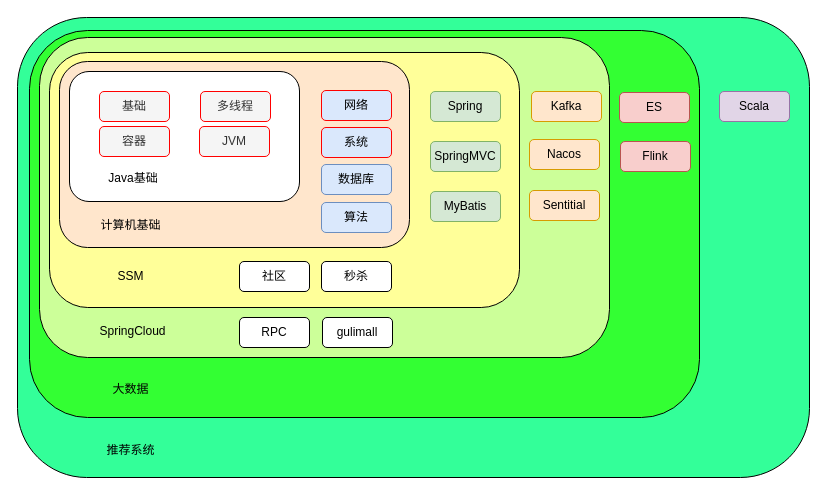
The draw.io diagram 后端工程师知识体系.drawio in HonyoLAN/telmy, before the edit. Source tidied: cells renumbered, new cells numbered last; positions are measured from the earlier drawing's top-left corner, leaving out a move shared by most shapes. Both pictures are drawn from the tidied source at 100%, with x=0, y=0 at pixel (17, 17).
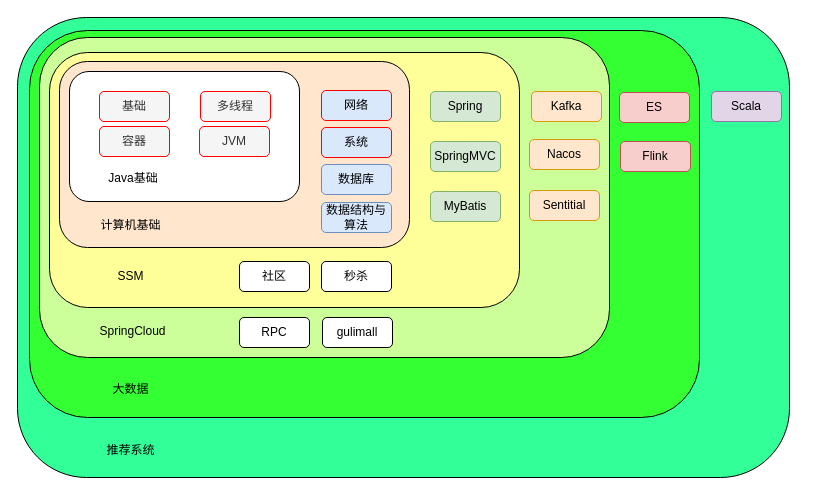
The same page after the edit.

Commit message (it also covers changes not shown here):
Update 后端工程师知识体系.drawio

The edit, as a diff of the source:
```diff
@@
     <mxCell id="2" style="rounded=1;whiteSpace=wrap;html=1;fillColor=#33FF99;" parent="1" vertex="1">
-      <mxGeometry width="792" height="460" as="geometry" />
+      <mxGeometry width="772" height="460" as="geometry" />
     </mxCell>
@@
-    <mxCell id="30" value="算法" style="rounded=1;whiteSpace=wrap;html=1;fillColor=#dae8fc;strokeColor=#6c8ebf;" parent="1" vertex="1">
+    <mxCell id="30" value="数据结构与算法" style="rounded=1;whiteSpace=wrap;html=1;fillColor=#dae8fc;strokeColor=#6c8ebf;" parent="1" vertex="1">
       <mxGeometry x="304" y="185" width="70" height="30" as="geometry" />
     </mxCell>
@@
     <mxCell id="34" value="Scala" style="rounded=1;whiteSpace=wrap;html=1;fillColor=#e1d5e7;strokeColor=#9673a6;" parent="1" vertex="1">
-      <mxGeometry x="702" y="74" width="70" height="30" as="geometry" />
+      <mxGeometry x="694" y="74" width="70" height="30" as="geometry" />
     </mxCell>
```
